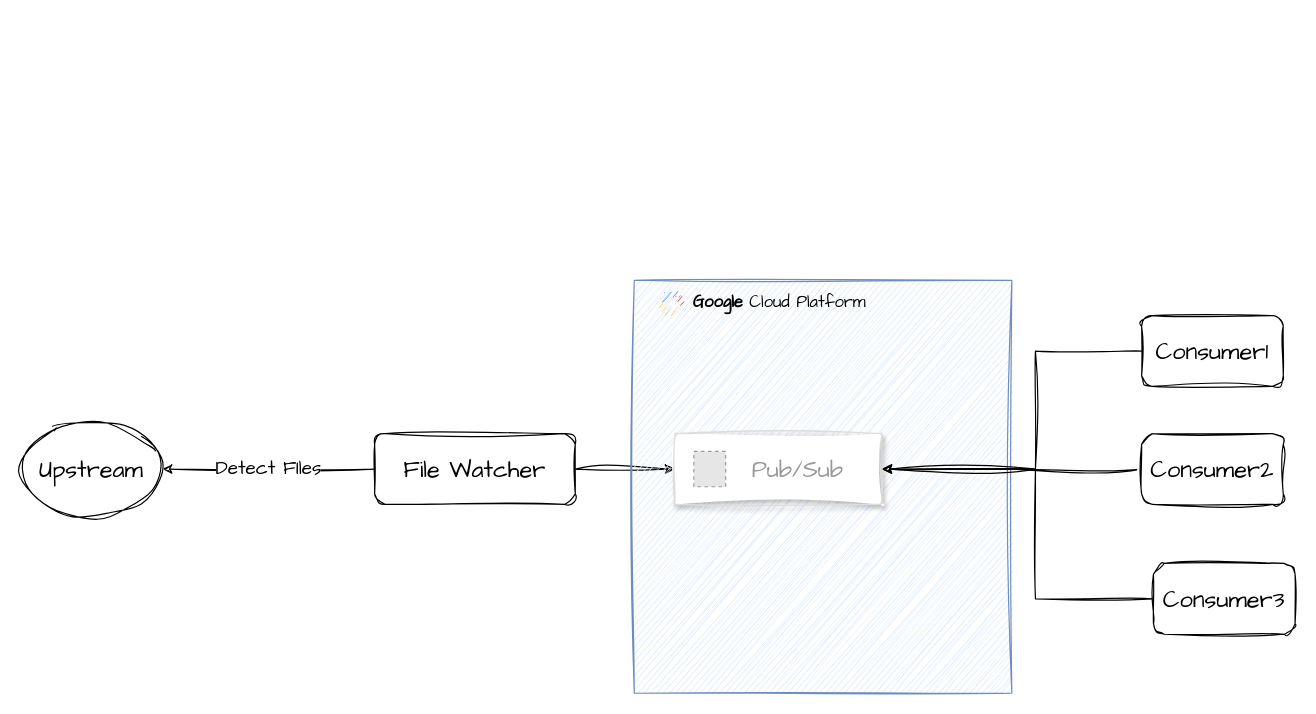
Above: task distribution.drawio in EvanLeung08/eshare-architect-doc (draw.io), before the change. Source tidied: cells renumbered, new cells numbered last; positions are measured from the earlier drawing's top-left corner, leaving out a move shared by most shapes. Both pictures are drawn from the tidied source at 118%, with x=0, y=0 at pixel (20, 280). Pictures stored in the file or linked from it are replaced by grey dashed boxes.
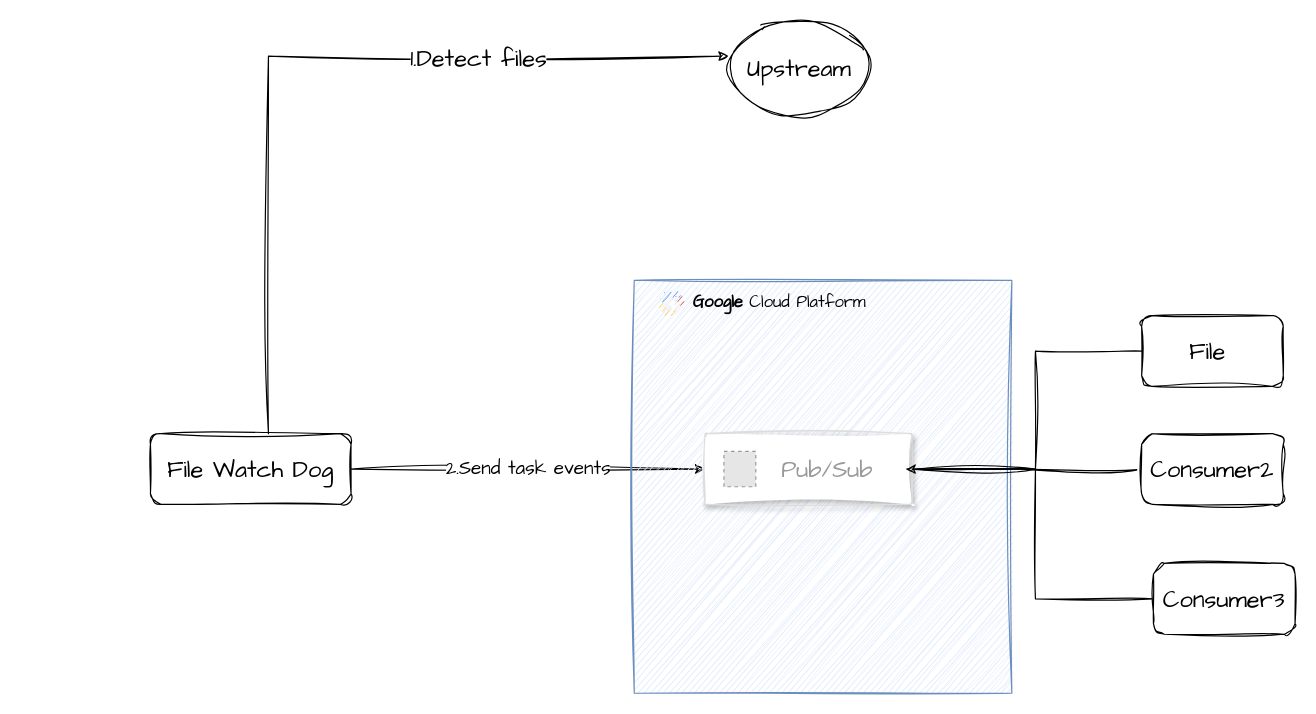
The same diagram, later.

Unchanged cells that the change refers to:
```xml
<mxCell id="5" value="&lt;b&gt;Google &lt;/b&gt;Cloud Platform" style="fillColor=#dae8fc;strokeColor=#6c8ebf;shadow=0;fontSize=14;align=left;spacing=10;9E9E9E;verticalAlign=top;spacingTop=-4;fontStyle=0;spacingLeft=40;html=1;whiteSpace=wrap;sketch=1;hachureGap=4;jiggle=2;curveFitting=1;fontFamily=Architects Daughter;" parent="1" vertex="1">
  <mxGeometry x="520" width="320" height="350" as="geometry" />
</mxCell>
<mxCell id="12" value="Consumer2" style="rounded=1;whiteSpace=wrap;html=1;sketch=1;hachureGap=4;jiggle=2;curveFitting=1;fontFamily=Architects Daughter;fontSize=20;" parent="1" vertex="1">
  <mxGeometry x="950" y="130" width="120" height="60" as="geometry" />
</mxCell>
<mxCell id="14" value="Consumer3" style="rounded=1;whiteSpace=wrap;html=1;sketch=1;hachureGap=4;jiggle=2;curveFitting=1;fontFamily=Architects Daughter;fontSize=20;" parent="1" vertex="1">
  <mxGeometry x="960" y="240" width="120" height="60" as="geometry" />
</mxCell>
```

Change to the diagram source:
```diff
@@
-    <mxCell id="2" style="edgeStyle=orthogonalEdgeStyle;rounded=0;sketch=1;hachureGap=4;jiggle=2;curveFitting=1;jettySize=auto;html=1;exitX=1;exitY=0.5;exitDx=0;exitDy=0;fontFamily=Architects Daughter;fontSize=16;" parent="1" edge="1" source="4" target="7">
+    <mxCell id="2" value="2.Send task events" style="edgeStyle=orthogonalEdgeStyle;rounded=0;sketch=1;hachureGap=4;jiggle=2;curveFitting=1;jettySize=auto;html=1;exitX=1;exitY=0.5;exitDx=0;exitDy=0;fontFamily=Architects Daughter;fontSize=16;" parent="1" edge="1" source="4" target="7">
       <mxGeometry relative="1" as="geometry" />
     </mxCell>
-    <mxCell id="3" value="Detect FIles" style="edgeStyle=orthogonalEdgeStyle;rounded=0;sketch=1;hachureGap=4;jiggle=2;curveFitting=1;jettySize=auto;html=1;entryX=1;entryY=0.5;entryDx=0;entryDy=0;fontFamily=Architects Daughter;fontSize=16;endArrow=classic;endFill=1;" parent="1" edge="1" source="4" target="15">
-      <mxGeometry relative="1" as="geometry" />
+    <mxCell id="3" style="edgeStyle=orthogonalEdgeStyle;rounded=0;sketch=1;hachureGap=4;jiggle=2;curveFitting=1;jettySize=auto;html=1;entryX=0;entryY=0.375;entryDx=0;entryDy=0;entryPerimeter=0;fontFamily=Architects Daughter;fontSize=16;" parent="1" edge="1" source="4" target="15">
+      <mxGeometry relative="1" as="geometry">
+        <Array as="points">
+          <mxPoint x="210" y="-190" />
+        </Array>
+      </mxGeometry>
     </mxCell>
+    <mxCell id="16" value="1.Detect files" style="edgeLabel;html=1;align=center;verticalAlign=middle;fontSize=20;fontFamily=Architects Daughter;" parent="3" vertex="1">
+      <mxGeometry x="0.4" y="-1" relative="1" as="geometry" />
+    </mxCell>
-    <mxCell id="4" value="File Watcher" style="rounded=1;whiteSpace=wrap;html=1;hachureGap=4;fontFamily=Architects Daughter;fontSize=20;sketch=1;curveFitting=1;jiggle=2;" parent="1" vertex="1">
-      <mxGeometry x="300" y="130" width="170" height="60" as="geometry" />
+    <mxCell id="4" value="File Watch Dog" style="rounded=1;whiteSpace=wrap;html=1;hachureGap=4;fontFamily=Architects Daughter;fontSize=20;sketch=1;curveFitting=1;jiggle=2;" parent="1" vertex="1">
+      <mxGeometry x="110" y="130" width="170" height="60" as="geometry" />
     </mxCell>
@@
     <mxCell id="7" style="strokeColor=#dddddd;shadow=1;strokeWidth=1;rounded=1;absoluteArcSize=1;arcSize=2;sketch=1;hachureGap=4;jiggle=2;curveFitting=1;fontFamily=Architects Daughter;fontSize=20;" parent="5" vertex="1">
-      <mxGeometry x="34.5" y="130" width="175.5" height="60" as="geometry" />
+      <mxGeometry x="60" y="130" width="175.5" height="60" as="geometry" />
     </mxCell>
@@
-    <mxCell id="9" style="edgeStyle=orthogonalEdgeStyle;rounded=0;sketch=1;hachureGap=4;jiggle=2;curveFitting=1;jettySize=auto;html=1;entryX=1;entryY=0.5;entryDx=0;entryDy=0;fontFamily=Architects Daughter;fontSize=16;" parent="1" edge="1" source="10" target="7">
+    <mxCell id="9" style="edgeStyle=orthogonalEdgeStyle;rounded=0;sketch=1;hachureGap=4;jiggle=2;curveFitting=1;jettySize=auto;html=1;entryX=1;entryY=0.5;entryDx=0;entryDy=0;fontFamily=Architects Daughter;fontSize=16;endArrow=none;endFill=0;" parent="1" edge="1" source="10" target="7">
       <mxGeometry relative="1" as="geometry">
         <Array as="points">
           <mxPoint x="860" y="60" />
           <mxPoint x="860" y="160" />
         </Array>
       </mxGeometry>
     </mxCell>
-    <mxCell id="10" value="Consumer1" style="rounded=1;whiteSpace=wrap;html=1;sketch=1;hachureGap=4;jiggle=2;curveFitting=1;fontFamily=Architects Daughter;fontSize=20;" parent="1" vertex="1">
+    <mxCell id="10" value="File&amp;nbsp;" style="rounded=1;whiteSpace=wrap;html=1;sketch=1;hachureGap=4;jiggle=2;curveFitting=1;fontFamily=Architects Daughter;fontSize=20;" parent="1" vertex="1">
       <mxGeometry x="950" y="30" width="120" height="60" as="geometry" />
     </mxCell>
     <mxCell id="11" style="edgeStyle=orthogonalEdgeStyle;rounded=0;sketch=1;hachureGap=4;jiggle=2;curveFitting=1;jettySize=auto;html=1;exitX=0;exitY=0.5;exitDx=0;exitDy=0;fontFamily=Architects Daughter;fontSize=16;" parent="1" edge="1" source="12">
       <mxGeometry relative="1" as="geometry">
-        <mxPoint x="730" y="160" as="targetPoint" />
+        <mxPoint x="750" y="160" as="targetPoint" />
       </mxGeometry>
     </mxCell>
@@
-    <mxCell id="13" style="edgeStyle=orthogonalEdgeStyle;rounded=0;sketch=1;hachureGap=4;jiggle=2;curveFitting=1;jettySize=auto;html=1;exitX=0;exitY=0.5;exitDx=0;exitDy=0;fontFamily=Architects Daughter;fontSize=16;" parent="1" edge="1" source="14">
+    <mxCell id="13" style="edgeStyle=orthogonalEdgeStyle;rounded=0;sketch=1;hachureGap=4;jiggle=2;curveFitting=1;jettySize=auto;html=1;exitX=0;exitY=0.5;exitDx=0;exitDy=0;fontFamily=Architects Daughter;fontSize=16;endArrow=none;endFill=0;" parent="1" edge="1" source="14">
       <mxGeometry relative="1" as="geometry">
-        <mxPoint x="730" y="160" as="targetPoint" />
+        <mxPoint x="760" y="160" as="targetPoint" />
         <Array as="points">
           <mxPoint x="860" y="270" />
           <mxPoint x="860" y="160" />
         </Array>
       </mxGeometry>
     </mxCell>
@@
     <mxCell id="15" value="Upstream" style="ellipse;whiteSpace=wrap;html=1;sketch=1;hachureGap=4;jiggle=2;curveFitting=1;fontFamily=Architects Daughter;fontSize=20;" parent="1" vertex="1">
-      <mxGeometry y="120" width="120" height="80" as="geometry" />
+      <mxGeometry x="600" y="-220" width="120" height="80" as="geometry" />
     </mxCell>
```
